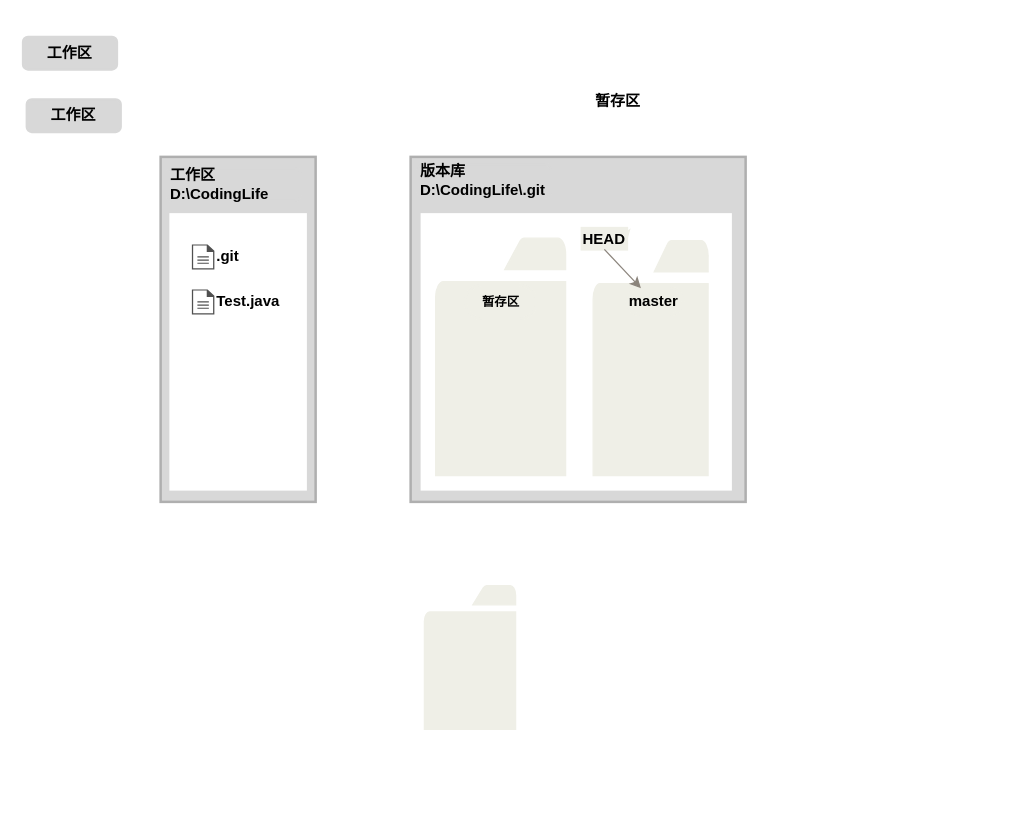
Before: Untitled Diagram.drawio in CodingLifeV/images, a draw.io diagram. Source tidied: cells renumbered, new cells numbered last; positions are measured from the earlier drawing's top-left corner, leaving out a move shared by most shapes. Both pictures are drawn from the tidied source at 125%, with x=0, y=0 at pixel (22, 36). Pictures stored in the file or linked from it are replaced by grey dashed boxes.
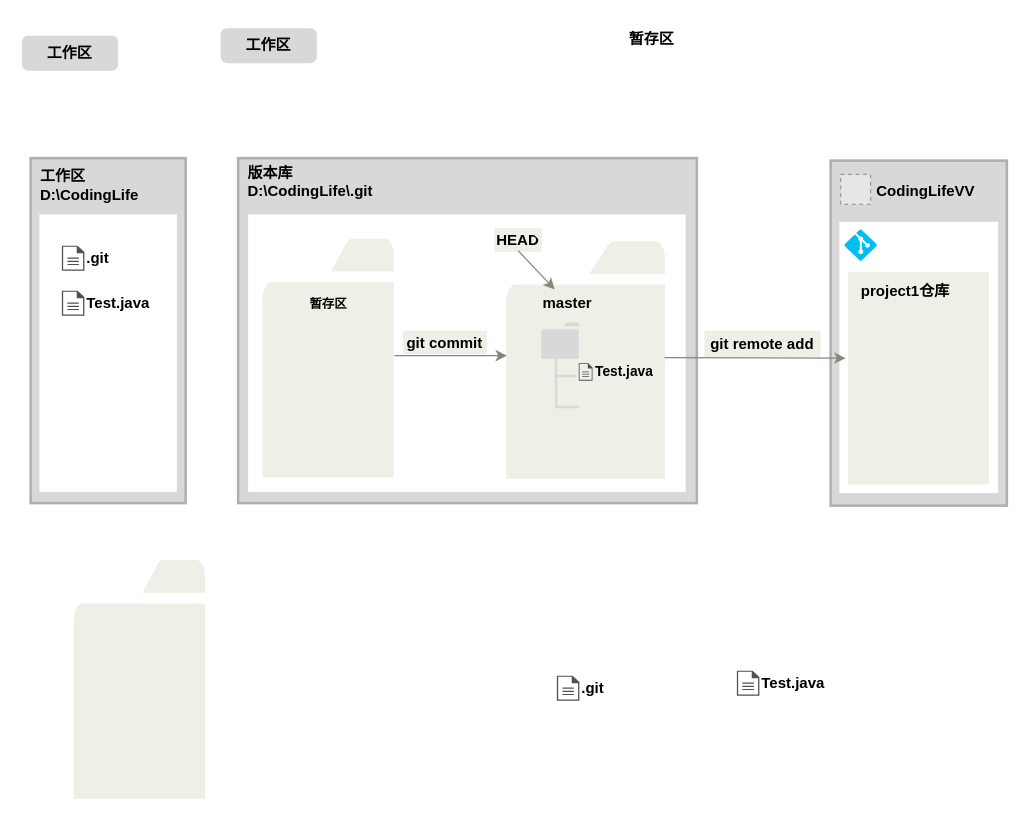
The same page after the edit.

What changed in the source:
```diff
@@
     <mxCell id="2" style="rounded=0;whiteSpace=wrap;html=1;shadow=0;glass=0;sketch=0;fontFamily=Helvetica;fontSize=12;fontColor=default;strokeColor=#afafaf;strokeWidth=2;fillColor=#d8d8d8;gradientColor=none;gradientDirection=north;" parent="1" vertex="1">
-      <mxGeometry x="110" y="96" width="124" height="276" as="geometry" />
+      <mxGeometry x="6" y="97" width="124" height="276" as="geometry" />
     </mxCell>
     <mxCell id="3" style="rounded=0;whiteSpace=wrap;html=1;shadow=0;glass=0;sketch=0;fontFamily=Helvetica;fontSize=12;fontColor=default;strokeColor=#FFFFFF;strokeWidth=2;fillColor=#FFFFFF;gradientColor=none;gradientDirection=north;" parent="1" vertex="1">
-      <mxGeometry x="118" y="142" width="108" height="220" as="geometry" />
+      <mxGeometry x="14" y="143" width="108" height="220" as="geometry" />
     </mxCell>
@@
     <mxCell id="5" value="&lt;font color=&quot;#000000&quot;&gt;&lt;b&gt;工作区D:\CodingLife&lt;/b&gt;&lt;/font&gt;" style="rounded=1;whiteSpace=wrap;html=1;shadow=0;glass=0;sketch=0;fontFamily=Helvetica;fontSize=12;fontColor=#99FF99;strokeColor=#d8d8d8;strokeWidth=2;fillColor=#d8d8d8;gradientColor=none;gradientDirection=north;align=left;" parent="1" vertex="1">
-      <mxGeometry x="115.5" y="105" width="106" height="26" as="geometry" />
+      <mxGeometry x="11.5" y="106" width="106" height="26" as="geometry" />
     </mxCell>
     <mxCell id="6" value="&lt;font color=&quot;#000000&quot;&gt;&lt;b&gt;工作区&lt;/b&gt;&lt;/font&gt;" style="rounded=1;whiteSpace=wrap;html=1;shadow=0;glass=0;sketch=0;fontFamily=Helvetica;fontSize=12;fontColor=#99FF99;strokeColor=#d8d8d8;strokeWidth=2;fillColor=#d8d8d8;gradientColor=none;gradientDirection=north;" parent="1" vertex="1">
-      <mxGeometry x="3" y="50" width="75" height="26" as="geometry" />
+      <mxGeometry x="159" y="-6" width="75" height="26" as="geometry" />
     </mxCell>
     <mxCell id="7" style="rounded=0;whiteSpace=wrap;html=1;shadow=0;glass=0;sketch=0;fontFamily=Helvetica;fontSize=12;fontColor=default;strokeColor=#afafaf;strokeWidth=2;fillColor=#d8d8d8;gradientColor=none;gradientDirection=north;" parent="1" vertex="1">
-      <mxGeometry x="310" y="96" width="268" height="276" as="geometry" />
+      <mxGeometry x="172" y="97" width="367" height="276" as="geometry" />
     </mxCell>
     <mxCell id="8" value="&lt;font color=&quot;#000000&quot;&gt;&lt;b&gt;版本库D:\CodingLife\.git&lt;/b&gt;&lt;/font&gt;" style="rounded=1;whiteSpace=wrap;html=1;shadow=0;glass=0;sketch=0;fontFamily=Helvetica;fontSize=12;fontColor=#99FF99;strokeColor=#d8d8d8;strokeWidth=2;fillColor=#d8d8d8;gradientColor=none;gradientDirection=north;align=left;" parent="1" vertex="1">
-      <mxGeometry x="316" y="102" width="106" height="26" as="geometry" />
+      <mxGeometry x="178" y="103" width="106" height="26" as="geometry" />
     </mxCell>
     <mxCell id="9" value="&lt;font color=&quot;#000000&quot;&gt;&lt;b&gt;暂存区&lt;/b&gt;&lt;/font&gt;" style="rounded=1;whiteSpace=wrap;html=1;shadow=0;glass=0;sketch=0;fontFamily=Helvetica;fontSize=12;fontColor=#99FF99;strokeColor=#FFFFFF;strokeWidth=2;fillColor=#FFFFFF;gradientColor=none;gradientDirection=north;align=left;arcSize=50;" parent="1" vertex="1">
-      <mxGeometry x="456" y="39" width="45" height="26" as="geometry" />
+      <mxGeometry x="483" y="-11" width="45" height="26" as="geometry" />
     </mxCell>
     <mxCell id="10" value="&lt;b&gt;.git&lt;/b&gt;" style="sketch=0;shadow=0;dashed=0;html=1;strokeColor=none;fillColor=#505050;labelPosition=right;verticalLabelPosition=middle;verticalAlign=middle;align=left;shape=mxgraph.office.concepts.document;rounded=0;glass=0;fontFamily=Helvetica;fontSize=12;fontColor=#000000;horizontal=1;" parent="1" vertex="1">
-      <mxGeometry x="135" y="166" width="18" height="20" as="geometry" />
+      <mxGeometry x="31" y="167" width="18" height="20" as="geometry" />
     </mxCell>
     <mxCell id="11" value="&lt;b&gt;Test.java&lt;br&gt;&lt;/b&gt;" style="sketch=0;shadow=0;dashed=0;html=1;strokeColor=none;fillColor=#505050;labelPosition=right;verticalLabelPosition=middle;verticalAlign=middle;align=left;shape=mxgraph.office.concepts.document;rounded=0;glass=0;fontFamily=Helvetica;fontSize=12;fontColor=#000000;horizontal=1;" parent="1" vertex="1">
-      <mxGeometry x="135" y="202" width="18" height="20" as="geometry" />
+      <mxGeometry x="31" y="203" width="18" height="20" as="geometry" />
     </mxCell>
-    <mxCell id="12" style="sketch=0;shadow=0;dashed=0;html=1;strokeColor=#efefe7;labelPosition=center;verticalLabelPosition=bottom;verticalAlign=top;align=center;shape=mxgraph.office.concepts.folder;fillColor=#efefe7;rounded=0;glass=0;fontFamily=Helvetica;fontSize=12;fontColor=#000000;" parent="1" vertex="1">
-      <mxGeometry x="321" y="439" width="73" height="115" as="geometry" />
-    </mxCell>
     <mxCell id="13" style="rounded=0;whiteSpace=wrap;html=1;shadow=0;glass=0;sketch=0;fontFamily=Helvetica;fontSize=12;fontColor=default;strokeColor=#FFFFFF;strokeWidth=2;fillColor=#FFFFFF;gradientColor=none;gradientDirection=north;" parent="1" vertex="1">
-      <mxGeometry x="319" y="142" width="247" height="220" as="geometry" />
+      <mxGeometry x="181" y="143" width="348" height="220" as="geometry" />
     </mxCell>
     <mxCell id="14" style="sketch=0;shadow=0;dashed=0;html=1;strokeColor=#efefe7;labelPosition=right;verticalLabelPosition=middle;verticalAlign=middle;align=left;shape=mxgraph.office.concepts.folder;fillColor=#efefe7;rounded=0;glass=0;fontFamily=Helvetica;fontSize=12;fontColor=#000000;" parent="1" vertex="1">
-      <mxGeometry x="330" y="161" width="104" height="190" as="geometry" />
+      <mxGeometry x="192" y="162" width="104" height="190" as="geometry" />
     </mxCell>
     <mxCell id="15" style="sketch=0;shadow=0;dashed=0;html=1;strokeColor=#efefe7;labelPosition=center;verticalLabelPosition=bottom;verticalAlign=top;outlineConnect=0;align=center;shape=mxgraph.office.concepts.folder;fillColor=#efefe7;rounded=0;glass=0;fontFamily=Helvetica;fontSize=12;fontColor=#000000;" parent="1" vertex="1">
-      <mxGeometry x="456" y="163" width="92" height="188" as="geometry" />
+      <mxGeometry x="387" y="164" width="126" height="189" as="geometry" />
     </mxCell>
     <mxCell id="16" value="&lt;font color=&quot;#000000&quot;&gt;&lt;b&gt;master&lt;/b&gt;&lt;/font&gt;" style="rounded=1;whiteSpace=wrap;html=1;shadow=0;glass=0;sketch=0;fontFamily=Helvetica;fontSize=12;fontColor=#99FF99;strokeColor=#efefe7;strokeWidth=2;fillColor=#efefe7;gradientColor=none;gradientDirection=north;align=left;arcSize=50;" parent="1" vertex="1">
-      <mxGeometry x="483" y="201" width="45" height="21" as="geometry" />
+      <mxGeometry x="414" y="202" width="45" height="21" as="geometry" />
     </mxCell>
     <mxCell id="17" value="&lt;font color=&quot;#000000&quot; size=&quot;1&quot;&gt;&lt;b style=&quot;font-size: 10px&quot;&gt;暂存区&lt;/b&gt;&lt;/font&gt;" style="rounded=1;whiteSpace=wrap;html=1;shadow=0;glass=0;sketch=0;fontFamily=Helvetica;fontSize=12;fontColor=#99FF99;strokeColor=#efefe7;strokeWidth=2;fillColor=#efefe7;gradientColor=none;gradientDirection=north;align=center;arcSize=50;" parent="1" vertex="1">
-      <mxGeometry x="353.8" y="198.5" width="56.5" height="27" as="geometry" />
+      <mxGeometry x="215.8" y="199.5" width="56.5" height="27" as="geometry" />
     </mxCell>
     <mxCell id="18" value="&lt;font color=&quot;#000000&quot;&gt;&lt;b&gt;HEAD&lt;/b&gt;&lt;/font&gt;" style="rounded=1;whiteSpace=wrap;html=1;shadow=0;glass=0;sketch=0;fontFamily=Helvetica;fontSize=12;fontColor=#99FF99;strokeColor=#efefe7;strokeWidth=2;fillColor=#efefe7;gradientColor=none;gradientDirection=north;align=center;arcSize=0;" parent="1" vertex="1">
-      <mxGeometry x="447" y="153" width="36" height="17" as="geometry" />
+      <mxGeometry x="378" y="154" width="36" height="17" as="geometry" />
     </mxCell>
@@
+    <mxCell id="21" style="endArrow=classic;html=1;rounded=0;fontFamily=Helvetica;fontSize=25;fontColor=#000000;strokeColor=#8b847c;fillColor=#8b847c;fontStyle=0;horizontal=0;spacing=1;align=right;" parent="1" edge="1">
+      <mxGeometry relative="1" as="geometry">
+        <mxPoint x="297" y="255" as="sourcePoint" />
+        <mxPoint x="387" y="255" as="targetPoint" />
+      </mxGeometry>
+    </mxCell>
+    <mxCell id="22" value="&lt;font color=&quot;#000000&quot;&gt;&lt;b&gt;git commit&lt;/b&gt;&lt;/font&gt;" style="rounded=1;whiteSpace=wrap;html=1;shadow=0;glass=0;sketch=0;fontFamily=Helvetica;fontSize=12;fontColor=#99FF99;strokeColor=#efefe7;strokeWidth=2;fillColor=#efefe7;gradientColor=none;gradientDirection=north;align=center;arcSize=0;" parent="1" vertex="1">
+      <mxGeometry x="305" y="236" width="65" height="17" as="geometry" />
+    </mxCell>
+    <mxCell id="23" value="&lt;b&gt;&lt;font style=&quot;font-size: 11px&quot;&gt;Test.java&lt;/font&gt;&lt;br&gt;&lt;/b&gt;" style="sketch=0;shadow=0;dashed=0;html=1;strokeColor=none;fillColor=#505050;labelPosition=right;verticalLabelPosition=middle;verticalAlign=middle;align=left;shape=mxgraph.office.concepts.document;rounded=0;glass=0;fontFamily=Helvetica;fontSize=12;fontColor=#000000;horizontal=1;" parent="1" vertex="1">
+      <mxGeometry x="444.5" y="261" width="11" height="14" as="geometry" />
+    </mxCell>
+    <mxCell id="24" style="sketch=0;shadow=0;dashed=0;html=1;strokeColor=#efefe7;labelPosition=right;verticalLabelPosition=middle;verticalAlign=middle;align=left;shape=mxgraph.office.concepts.folder;fillColor=#efefe7;rounded=0;glass=0;fontFamily=Helvetica;fontSize=12;fontColor=#000000;" parent="1" vertex="1">
+      <mxGeometry x="41" y="419" width="104" height="190" as="geometry" />
+    </mxCell>
+    <mxCell id="12" style="sketch=0;shadow=0;dashed=0;html=1;strokeColor=#efefe7;labelPosition=center;verticalLabelPosition=bottom;verticalAlign=top;align=center;shape=mxgraph.office.concepts.folder;fillColor=#d8d8d8;rounded=0;glass=0;fontFamily=Helvetica;fontSize=12;fontColor=#000000;" parent="1" vertex="1">
+      <mxGeometry x="414" y="228" width="31" height="30" as="geometry" />
+    </mxCell>
+    <mxCell id="25" style="shape=partialRectangle;whiteSpace=wrap;html=1;bottom=0;right=0;fillColor=none;rounded=0;shadow=0;glass=0;sketch=0;fontFamily=Helvetica;fontSize=11;fontColor=#000000;strokeColor=#d8d8d8;strokeWidth=2;rotation=-90;" parent="1" vertex="1">
+      <mxGeometry x="422.9" y="252.6" width="22" height="15.2" as="geometry" />
+    </mxCell>
+    <mxCell id="26" style="shape=partialRectangle;whiteSpace=wrap;html=1;bottom=0;right=0;fillColor=none;rounded=0;shadow=0;glass=0;sketch=0;fontFamily=Helvetica;fontSize=11;fontColor=#000000;strokeColor=#d8d8d8;strokeWidth=2;rotation=-90;" parent="1" vertex="1">
+      <mxGeometry x="423.6" y="275.8" width="23.1" height="17.5" as="geometry" />
+    </mxCell>
+    <mxCell id="27" style="rounded=0;whiteSpace=wrap;html=1;shadow=0;glass=0;sketch=0;fontFamily=Helvetica;fontSize=12;fontColor=default;strokeColor=#afafaf;strokeWidth=2;fillColor=#d8d8d8;gradientColor=none;gradientDirection=north;" parent="1" vertex="1">
+      <mxGeometry x="646" y="99" width="141" height="276" as="geometry" />
+    </mxCell>
+    <mxCell id="28" style="rounded=0;whiteSpace=wrap;html=1;shadow=0;glass=0;sketch=0;fontFamily=Helvetica;fontSize=12;fontColor=default;strokeColor=#FFFFFF;strokeWidth=2;fillColor=#FFFFFF;gradientColor=none;gradientDirection=north;" parent="1" vertex="1">
+      <mxGeometry x="654" y="149" width="125" height="215" as="geometry" />
+    </mxCell>
+    <mxCell id="29" value="&lt;font color=&quot;#000000&quot;&gt;&lt;b&gt;CodingLifeVV&lt;br&gt;&lt;/b&gt;&lt;/font&gt;" style="rounded=1;whiteSpace=wrap;html=1;shadow=0;glass=0;sketch=0;fontFamily=Helvetica;fontSize=12;fontColor=#99FF99;strokeColor=#d8d8d8;strokeWidth=2;fillColor=#d8d8d8;gradientColor=none;gradientDirection=north;align=left;" parent="1" vertex="1">
+      <mxGeometry x="681" y="108" width="82" height="31" as="geometry" />
+    </mxCell>
+    <mxCell id="30" value="&lt;b&gt;.git&lt;/b&gt;" style="sketch=0;shadow=0;dashed=0;html=1;strokeColor=none;fillColor=#505050;labelPosition=right;verticalLabelPosition=middle;verticalAlign=middle;align=left;shape=mxgraph.office.concepts.document;rounded=0;glass=0;fontFamily=Helvetica;fontSize=12;fontColor=#000000;horizontal=1;" parent="1" vertex="1">
+      <mxGeometry x="427" y="511" width="18" height="20" as="geometry" />
+    </mxCell>
+    <mxCell id="31" value="&lt;b&gt;Test.java&lt;br&gt;&lt;/b&gt;" style="sketch=0;shadow=0;dashed=0;html=1;strokeColor=none;fillColor=#505050;labelPosition=right;verticalLabelPosition=middle;verticalAlign=middle;align=left;shape=mxgraph.office.concepts.document;rounded=0;glass=0;fontFamily=Helvetica;fontSize=12;fontColor=#000000;horizontal=1;" parent="1" vertex="1">
+      <mxGeometry x="571" y="507" width="18" height="20" as="geometry" />
+    </mxCell>
+    <mxCell id="32" style="endArrow=classic;html=1;rounded=0;fontFamily=Helvetica;fontSize=25;fontColor=#000000;strokeColor=#8b847c;fillColor=#8b847c;fontStyle=0;horizontal=0;spacing=1;align=right;" parent="1" edge="1">
+      <mxGeometry relative="1" as="geometry">
+        <mxPoint x="513" y="256.5" as="sourcePoint" />
+        <mxPoint x="658" y="257" as="targetPoint" />
+      </mxGeometry>
+    </mxCell>
+    <mxCell id="33" value="&lt;font color=&quot;#000000&quot;&gt;&lt;b&gt;git remote&amp;nbsp;add&lt;/b&gt;&lt;/font&gt;" style="rounded=1;whiteSpace=wrap;html=1;shadow=0;glass=0;sketch=0;fontFamily=Helvetica;fontSize=12;fontColor=#99FF99;strokeColor=#efefe7;strokeWidth=2;fillColor=#efefe7;gradientColor=none;gradientDirection=north;align=center;arcSize=0;" parent="1" vertex="1">
+      <mxGeometry x="546" y="236" width="91" height="19" as="geometry" />
+    </mxCell>
+    <mxCell id="34" style="fillColor=#E6E6E6;strokeColor=#999999;dashed=1;html=1;verticalAlign=top;verticalLabelPosition=bottom;labelBackgroundColor=#ffffff;fontFamily=Helvetica;fontSize=11;fontColor=#000000;" parent="1" vertex="1">
+      <mxGeometry x="654" y="110" width="24" height="24" as="geometry" />
+    </mxCell>
+    <mxCell id="35" style="verticalLabelPosition=bottom;html=1;verticalAlign=top;align=center;strokeColor=none;fillColor=#00BEF2;shape=mxgraph.azure.git_repository;rounded=0;shadow=0;glass=0;sketch=0;fontFamily=Helvetica;fontSize=11;fontColor=#000000;" parent="1" vertex="1">
+      <mxGeometry x="657" y="154" width="26" height="25" as="geometry" />
+    </mxCell>
+    <mxCell id="36" style="rounded=0;whiteSpace=wrap;html=1;shadow=0;glass=0;sketch=0;fontFamily=Helvetica;fontSize=11;fontColor=#000000;strokeColor=#efefe7;strokeWidth=2;fillColor=#efefe7;gradientColor=none;gradientDirection=north;" parent="1" vertex="1">
+      <mxGeometry x="661" y="189" width="110.5" height="168" as="geometry" />
+    </mxCell>
+    <mxCell id="37" value="&lt;font color=&quot;#000000&quot;&gt;&lt;b&gt;project1仓库&lt;/b&gt;&lt;/font&gt;" style="rounded=1;whiteSpace=wrap;html=1;shadow=0;glass=0;sketch=0;fontFamily=Helvetica;fontSize=12;fontColor=#99FF99;strokeColor=#efefe7;strokeWidth=2;fillColor=#efefe7;gradientColor=none;gradientDirection=north;align=center;arcSize=0;" parent="1" vertex="1">
+      <mxGeometry x="665" y="192" width="82" height="24" as="geometry" />
+    </mxCell>
```
